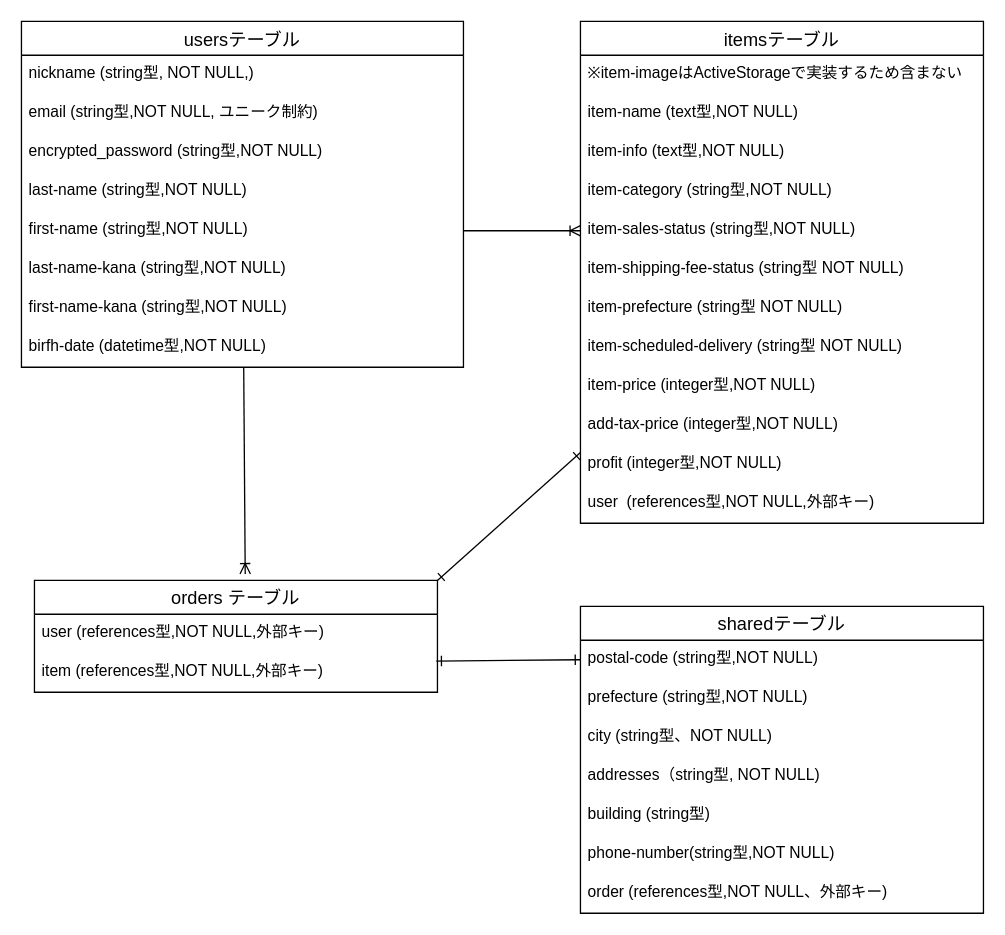
Above: furima.dio in sessi973/furima-37466 (draw.io), before the change. Source tidied: cells renumbered, new cells numbered last; positions are measured from the earlier drawing's top-left corner, leaving out a move shared by most shapes. Both pictures are drawn from the tidied source at 130%, with x=0, y=0 at pixel (21, 21).
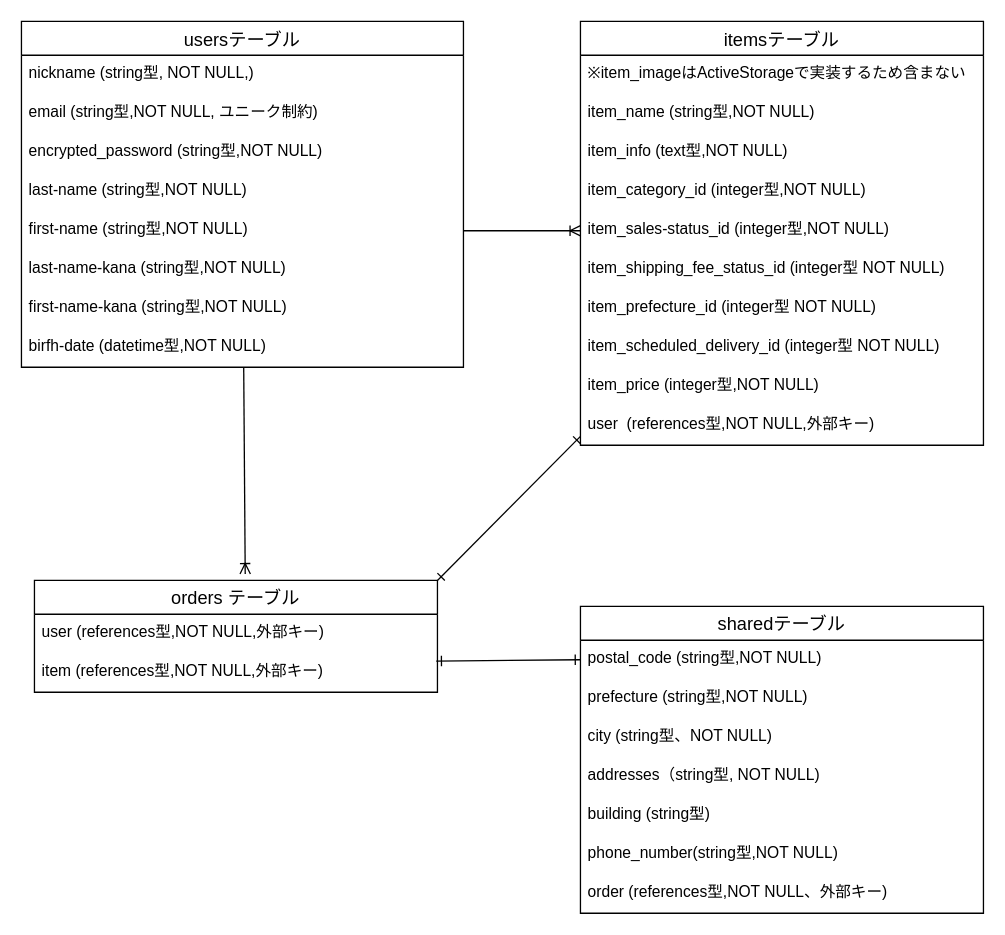
After the change.

Commit message (it also covers changes not shown here):
データベース設計修正しました

The change refers to these unchanged cells:
```xml
<mxCell id="29" value="sharedテーブル" style="swimlane;fontStyle=0;horizontal=1;startSize=26;align=center;fontSize=14;" parent="1" vertex="1">
  <mxGeometry x="430" y="450" width="310" height="236" as="geometry" />
</mxCell>
```

Diff of the diagram source:
```diff
@@
     <mxCell id="16" value="itemsテーブル" style="swimlane;fontStyle=0;horizontal=1;startSize=26;align=center;fontSize=14;" parent="1" vertex="1">
-      <mxGeometry x="430" width="310" height="386" as="geometry" />
+      <mxGeometry x="430" width="310" height="326" as="geometry" />
     </mxCell>
-    <mxCell id="17" value="※item-imageはActiveStorageで実装するため含まない" style="text;strokeColor=none;fillColor=none;spacingLeft=4;spacingRight=4;overflow=hidden;fontSize=12;" parent="16" vertex="1">
+    <mxCell id="17" value="※item_imageはActiveStorageで実装するため含まない" style="text;strokeColor=none;fillColor=none;spacingLeft=4;spacingRight=4;overflow=hidden;fontSize=12;" parent="16" vertex="1">
       <mxGeometry y="26" width="310" height="30" as="geometry" />
     </mxCell>
-    <mxCell id="18" value="item-name (text型,NOT NULL)" style="text;strokeColor=none;fillColor=none;spacingLeft=4;spacingRight=4;overflow=hidden;fontSize=12;" parent="16" vertex="1">
+    <mxCell id="18" value="item_name (string型,NOT NULL)" style="text;strokeColor=none;fillColor=none;spacingLeft=4;spacingRight=4;overflow=hidden;fontSize=12;" parent="16" vertex="1">
       <mxGeometry y="56" width="310" height="30" as="geometry" />
     </mxCell>
-    <mxCell id="19" value="item-info (text型,NOT NULL)" style="text;strokeColor=none;fillColor=none;spacingLeft=4;spacingRight=4;overflow=hidden;fontSize=12;" parent="16" vertex="1">
+    <mxCell id="19" value="item_info (text型,NOT NULL)" style="text;strokeColor=none;fillColor=none;spacingLeft=4;spacingRight=4;overflow=hidden;fontSize=12;" parent="16" vertex="1">
       <mxGeometry y="86" width="310" height="30" as="geometry" />
     </mxCell>
-    <mxCell id="20" value="item-category (string型,NOT NULL)" style="text;strokeColor=none;fillColor=none;spacingLeft=4;spacingRight=4;overflow=hidden;fontSize=12;" parent="16" vertex="1">
+    <mxCell id="20" value="item_category_id (integer型,NOT NULL)" style="text;strokeColor=none;fillColor=none;spacingLeft=4;spacingRight=4;overflow=hidden;fontSize=12;" parent="16" vertex="1">
       <mxGeometry y="116" width="310" height="30" as="geometry" />
     </mxCell>
-    <mxCell id="21" value="item-sales-status (string型,NOT NULL)" style="text;strokeColor=none;fillColor=none;spacingLeft=4;spacingRight=4;overflow=hidden;points=[[0,0.5],[1,0.5]];portConstraint=eastwest;fontSize=12;" parent="16" vertex="1">
+    <mxCell id="21" value="item_sales-status_id (integer型,NOT NULL)" style="text;strokeColor=none;fillColor=none;spacingLeft=4;spacingRight=4;overflow=hidden;points=[[0,0.5],[1,0.5]];portConstraint=eastwest;fontSize=12;" parent="16" vertex="1">
       <mxGeometry y="146" width="310" height="30" as="geometry" />
     </mxCell>
-    <mxCell id="22" value="item-shipping-fee-status (string型 NOT NULL)" style="text;strokeColor=none;fillColor=none;spacingLeft=4;spacingRight=4;overflow=hidden;fontSize=12;" parent="16" vertex="1">
+    <mxCell id="22" value="item_shipping_fee_status_id (integer型 NOT NULL)" style="text;strokeColor=none;fillColor=none;spacingLeft=4;spacingRight=4;overflow=hidden;fontSize=12;" parent="16" vertex="1">
       <mxGeometry y="176" width="310" height="30" as="geometry" />
     </mxCell>
-    <mxCell id="23" value="item-prefecture (string型 NOT NULL)" style="text;strokeColor=none;fillColor=none;spacingLeft=4;spacingRight=4;overflow=hidden;fontSize=12;" parent="16" vertex="1">
+    <mxCell id="23" value="item_prefecture_id (integer型 NOT NULL)" style="text;strokeColor=none;fillColor=none;spacingLeft=4;spacingRight=4;overflow=hidden;fontSize=12;" parent="16" vertex="1">
       <mxGeometry y="206" width="310" height="30" as="geometry" />
     </mxCell>
-    <mxCell id="24" value="item-scheduled-delivery (string型 NOT NULL)" style="text;strokeColor=none;fillColor=none;spacingLeft=4;spacingRight=4;overflow=hidden;fontSize=12;" parent="16" vertex="1">
+    <mxCell id="24" value="item_scheduled_delivery_id (integer型 NOT NULL)" style="text;strokeColor=none;fillColor=none;spacingLeft=4;spacingRight=4;overflow=hidden;fontSize=12;" parent="16" vertex="1">
       <mxGeometry y="236" width="310" height="30" as="geometry" />
     </mxCell>
-    <mxCell id="25" value="item-price (integer型,NOT NULL)" style="text;strokeColor=none;fillColor=none;spacingLeft=4;spacingRight=4;overflow=hidden;fontSize=12;" parent="16" vertex="1">
+    <mxCell id="25" value="item_price (integer型,NOT NULL)" style="text;strokeColor=none;fillColor=none;spacingLeft=4;spacingRight=4;overflow=hidden;fontSize=12;" parent="16" vertex="1">
       <mxGeometry y="266" width="310" height="30" as="geometry" />
     </mxCell>
-    <mxCell id="26" value="add-tax-price (integer型,NOT NULL)" style="text;strokeColor=none;fillColor=none;spacingLeft=4;spacingRight=4;overflow=hidden;fontSize=12;" parent="16" vertex="1">
-      <mxGeometry y="296" width="310" height="30" as="geometry" />
-    </mxCell>
-    <mxCell id="27" value="profit (integer型,NOT NULL)" style="text;strokeColor=none;fillColor=none;spacingLeft=4;spacingRight=4;overflow=hidden;fontSize=12;" parent="16" vertex="1">
-      <mxGeometry y="326" width="310" height="30" as="geometry" />
-    </mxCell>
     <mxCell id="28" value="user  (references型,NOT NULL,外部キー)" style="text;strokeColor=none;fillColor=none;spacingLeft=4;spacingRight=4;overflow=hidden;fontSize=12;" parent="16" vertex="1">
-      <mxGeometry y="356" width="310" height="30" as="geometry" />
+      <mxGeometry y="296" width="310" height="30" as="geometry" />
     </mxCell>
@@
-    <mxCell id="30" value="postal-code (string型,NOT NULL)" style="text;strokeColor=none;fillColor=none;spacingLeft=4;spacingRight=4;overflow=hidden;points=[[0,0.5],[1,0.5]];portConstraint=eastwest;fontSize=12;" parent="29" vertex="1">
+    <mxCell id="30" value="postal_code (string型,NOT NULL)" style="text;strokeColor=none;fillColor=none;spacingLeft=4;spacingRight=4;overflow=hidden;points=[[0,0.5],[1,0.5]];portConstraint=eastwest;fontSize=12;" parent="29" vertex="1">
       <mxGeometry y="26" width="310" height="30" as="geometry" />
     </mxCell>
@@
-    <mxCell id="35" value="phone-number(string型,NOT NULL)" style="text;strokeColor=none;fillColor=none;spacingLeft=4;spacingRight=4;overflow=hidden;fontSize=12;" parent="29" vertex="1">
+    <mxCell id="35" value="phone_number(string型,NOT NULL)" style="text;strokeColor=none;fillColor=none;spacingLeft=4;spacingRight=4;overflow=hidden;fontSize=12;" parent="29" vertex="1">
       <mxGeometry y="176" width="310" height="30" as="geometry" />
     </mxCell>
```
